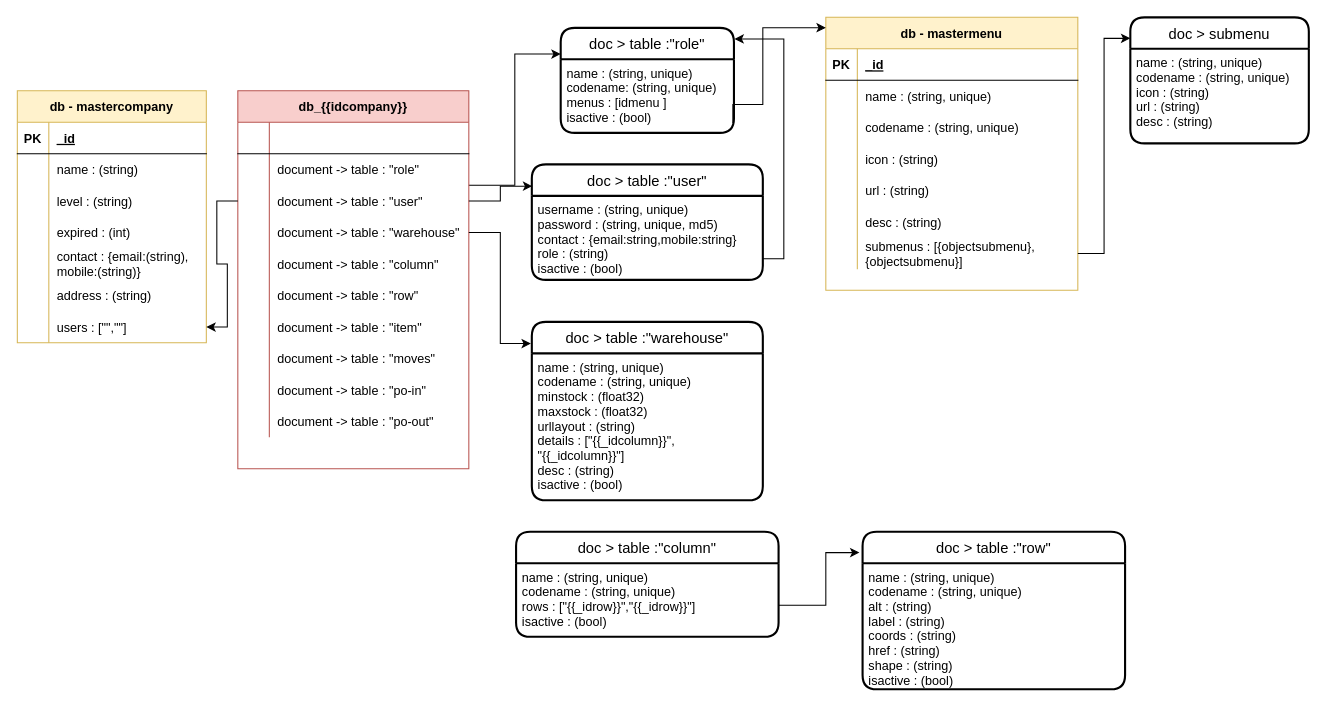
This is Untitled Diagram.drawio from salomo07/wmsserver, a draw.io file, before an edit. Source tidied: cells renumbered, new cells numbered last; positions are measured from the earlier drawing's top-left corner, leaving out a move shared by most shapes. Both pictures are drawn from the tidied source at 105%, with x=0, y=0 at pixel (17, 17).
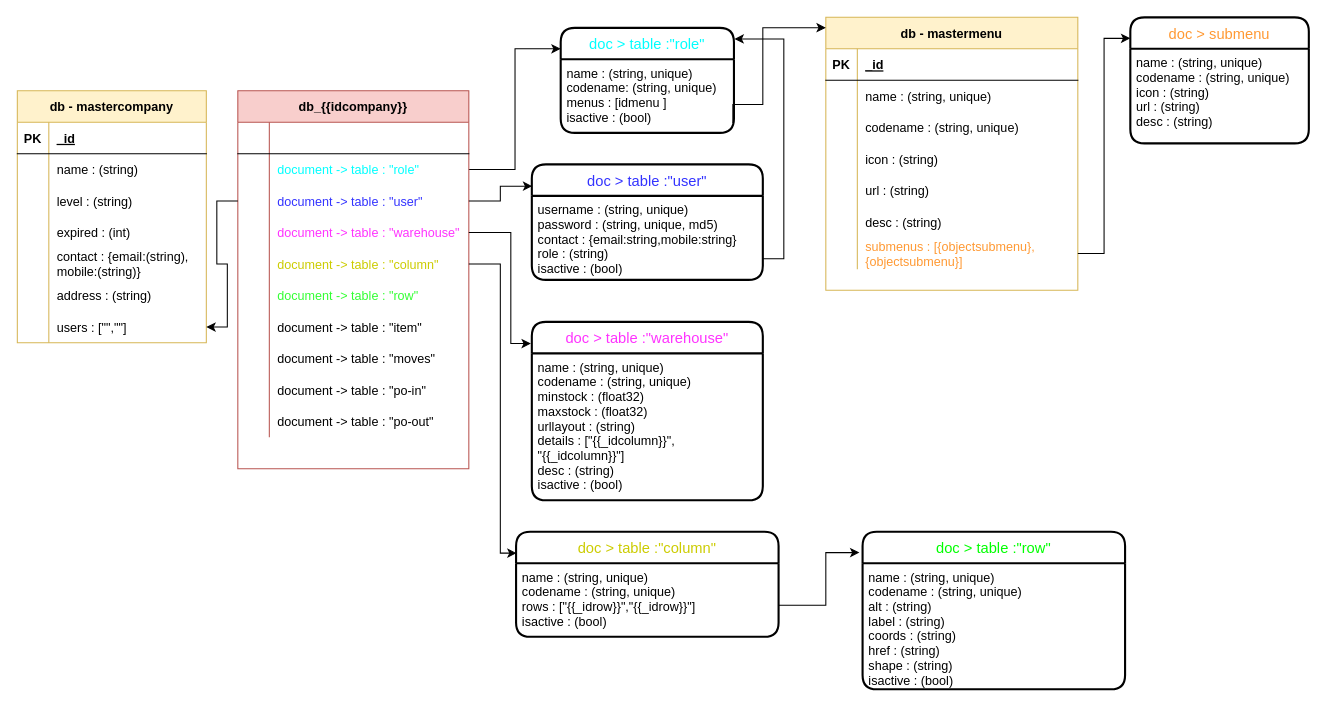
After the change.

Unchanged cells that the change refers to:
```xml
<mxCell id="25" value="db_{{idcompany}}" style="shape=table;startSize=30;childLayout=tableLayout;rowLines=0;fontStyle=1;align=center;fillColor=#f8cecc;strokeColor=#b85450;" parent="1" vertex="1">
  <mxGeometry x="210" y="70" width="220" height="360" as="geometry" />
</mxCell>
<mxCell id="29" style="shape=tableRow;horizontal=0;startSize=0;swimlaneHead=0;swimlaneBody=0;fillColor=none;points=[[0,0.5],[1,0.5]];portConstraint=eastwest;top=0;left=0;right=0;bottom=0;" parent="25" vertex="1">
  <mxGeometry y="60" width="220" height="30" as="geometry" />
</mxCell>
<mxCell id="32" style="shape=tableRow;horizontal=0;startSize=0;swimlaneHead=0;swimlaneBody=0;fillColor=none;points=[[0,0.5],[1,0.5]];portConstraint=eastwest;top=0;left=0;right=0;bottom=0;" parent="25" vertex="1">
  <mxGeometry y="90" width="220" height="30" as="geometry" />
</mxCell>
<mxCell id="35" style="shape=tableRow;horizontal=0;startSize=0;swimlaneHead=0;swimlaneBody=0;fillColor=none;points=[[0,0.5],[1,0.5]];portConstraint=eastwest;top=0;left=0;right=0;bottom=0;" parent="25" vertex="1">
  <mxGeometry y="120" width="220" height="30" as="geometry" />
</mxCell>
<mxCell id="38" style="shape=tableRow;horizontal=0;startSize=0;swimlaneHead=0;swimlaneBody=0;fillColor=none;points=[[0,0.5],[1,0.5]];portConstraint=eastwest;top=0;left=0;right=0;bottom=0;" parent="25" vertex="1">
  <mxGeometry y="150" width="220" height="30" as="geometry" />
</mxCell>
<mxCell id="41" style="shape=tableRow;horizontal=0;startSize=0;swimlaneHead=0;swimlaneBody=0;fillColor=none;top=0;left=0;right=0;bottom=0;" parent="25" vertex="1">
  <mxGeometry y="180" width="220" height="30" as="geometry" />
</mxCell>
<mxCell id="77" style="shape=tableRow;horizontal=0;startSize=0;swimlaneHead=0;swimlaneBody=0;fillColor=none;points=[[0,0.5],[1,0.5]];portConstraint=eastwest;top=0;left=0;right=0;bottom=0;" parent="58" vertex="1">
  <mxGeometry y="210" width="240" height="30" as="geometry" />
</mxCell>
```

Diff of the diagram source:
```diff
@@
-    <mxCell id="24" style="edgeStyle=orthogonalEdgeStyle;rounded=0;jettySize=auto;html=1;exitX=1;exitY=0.25;exitDx=0;exitDy=0;entryX=0;entryY=0.25;entryDx=0;entryDy=0;" parent="1" edge="1" source="25" target="80">
-      <mxGeometry relative="1" as="geometry" />
+    <mxCell id="24" style="edgeStyle=orthogonalEdgeStyle;rounded=0;jettySize=auto;html=1;exitX=1;exitY=0.5;exitDx=0;exitDy=0;" parent="1" edge="1" source="29" target="80">
+      <mxGeometry relative="1" as="geometry">
+        <Array as="points">
+          <mxPoint x="474" y="145" />
+          <mxPoint x="474" y="30" />
+        </Array>
+      </mxGeometry>
     </mxCell>
@@
-    <mxCell id="31" value="document -&gt; table : &quot;role&quot;" style="shape=partialRectangle;fillColor=none;top=0;left=0;bottom=0;right=0;align=left;spacingLeft=6;overflow=hidden;" parent="29" vertex="1">
+    <mxCell id="31" value="document -&gt; table : &quot;role&quot;" style="shape=partialRectangle;fillColor=none;top=0;left=0;bottom=0;right=0;align=left;spacingLeft=6;overflow=hidden;fontColor=#00FFFF;" parent="29" vertex="1">
       <mxGeometry x="30" width="190" height="30" as="geometry" />
     </mxCell>
@@
-    <mxCell id="34" value="document -&gt; table : &quot;user&quot;" style="shape=partialRectangle;fillColor=none;top=0;left=0;bottom=0;right=0;align=left;spacingLeft=6;overflow=hidden;" parent="32" vertex="1">
+    <mxCell id="34" value="document -&gt; table : &quot;user&quot;" style="shape=partialRectangle;fillColor=none;top=0;left=0;bottom=0;right=0;align=left;spacingLeft=6;overflow=hidden;strokeColor=#3333FF;fontColor=#3333FF;" parent="32" vertex="1">
       <mxGeometry x="30" width="190" height="30" as="geometry" />
     </mxCell>
@@
-    <mxCell id="37" value="document -&gt; table : &quot;warehouse&quot;" style="shape=partialRectangle;fillColor=none;top=0;left=0;bottom=0;right=0;align=left;spacingLeft=6;overflow=hidden;" parent="35" vertex="1">
+    <mxCell id="37" value="document -&gt; table : &quot;warehouse&quot;" style="shape=partialRectangle;fillColor=none;top=0;left=0;bottom=0;right=0;align=left;spacingLeft=6;overflow=hidden;fontColor=#FF33FF;" parent="35" vertex="1">
       <mxGeometry x="30" width="190" height="30" as="geometry" />
     </mxCell>
@@
-    <mxCell id="40" value="document -&gt; table : &quot;column&quot;" style="shape=partialRectangle;fillColor=none;top=0;left=0;bottom=0;right=0;align=left;spacingLeft=6;overflow=hidden;" parent="38" vertex="1">
+    <mxCell id="40" value="document -&gt; table : &quot;column&quot;" style="shape=partialRectangle;fillColor=none;top=0;left=0;bottom=0;right=0;align=left;spacingLeft=6;overflow=hidden;fontColor=#CCCC00;" parent="38" vertex="1">
       <mxGeometry x="30" width="190" height="30" as="geometry" />
     </mxCell>
@@
-    <mxCell id="43" value="document -&gt; table : &quot;row&quot;" style="shape=partialRectangle;fillColor=none;top=0;left=0;bottom=0;right=0;align=left;spacingLeft=6;overflow=hidden;" parent="41" vertex="1">
+    <mxCell id="43" value="document -&gt; table : &quot;row&quot;" style="shape=partialRectangle;fillColor=none;top=0;left=0;bottom=0;right=0;align=left;spacingLeft=6;overflow=hidden;fontColor=#33FF33;" parent="41" vertex="1">
       <mxGeometry x="30" width="190" height="30" as="geometry" />
     </mxCell>
@@
-    <mxCell id="56" value="doc &gt; table :&quot;user&quot;" style="swimlane;horizontal=1;startSize=30;rounded=1;fontSize=14;fontStyle=0;strokeWidth=2;shadow=0;dashed=0;align=center;" parent="1" vertex="1">
+    <mxCell id="56" value="doc &gt; table :&quot;user&quot;" style="swimlane;horizontal=1;startSize=30;rounded=1;fontSize=14;fontStyle=0;strokeWidth=2;shadow=0;dashed=0;align=center;fontColor=#3333FF;" parent="1" vertex="1">
       <mxGeometry x="490" y="140" width="220" height="110" as="geometry" />
     </mxCell>
@@
-    <mxCell id="79" value="submenus : [{objectsubmenu},&#10;{objectsubmenu}]" style="shape=partialRectangle;fillColor=none;top=0;left=0;bottom=0;right=0;align=left;spacingLeft=6;overflow=hidden;" parent="77" vertex="1">
+    <mxCell id="79" value="submenus : [{objectsubmenu},&#10;{objectsubmenu}]" style="shape=partialRectangle;fillColor=none;top=0;left=0;bottom=0;right=0;align=left;spacingLeft=6;overflow=hidden;fontColor=#FF9933;" parent="77" vertex="1">
       <mxGeometry x="30" width="210" height="30" as="geometry" />
     </mxCell>
-    <mxCell id="80" value="doc &gt; table :&quot;role&quot;" style="swimlane;horizontal=1;startSize=30;rounded=1;fontSize=14;fontStyle=0;strokeWidth=2;shadow=0;dashed=0;align=center;" parent="1" vertex="1">
+    <mxCell id="80" value="doc &gt; table :&quot;role&quot;" style="swimlane;horizontal=1;startSize=30;rounded=1;fontSize=14;fontStyle=0;strokeWidth=2;shadow=0;dashed=0;align=center;fontColor=#00FFFF;" parent="1" vertex="1">
       <mxGeometry x="517.5" y="10" width="165" height="100" as="geometry" />
     </mxCell>
@@
-    <mxCell id="85" value="doc &gt; submenu" style="swimlane;horizontal=1;startSize=30;rounded=1;fontSize=14;fontStyle=0;strokeWidth=2;shadow=0;dashed=0;align=center;" parent="1" vertex="1">
+    <mxCell id="85" value="doc &gt; submenu" style="swimlane;horizontal=1;startSize=30;rounded=1;fontSize=14;fontStyle=0;strokeWidth=2;shadow=0;dashed=0;align=center;fontColor=#FF9933;" parent="1" vertex="1">
       <mxGeometry x="1060" width="170" height="120" as="geometry" />
     </mxCell>
@@
-    <mxCell id="89" value="doc &gt; table :&quot;warehouse&quot;" style="swimlane;horizontal=1;startSize=30;rounded=1;fontSize=14;fontStyle=0;strokeWidth=2;shadow=0;dashed=0;align=center;" parent="1" vertex="1">
+    <mxCell id="89" value="doc &gt; table :&quot;warehouse&quot;" style="swimlane;horizontal=1;startSize=30;rounded=1;fontSize=14;fontStyle=0;strokeWidth=2;shadow=0;dashed=0;align=center;fontColor=#FF33FF;" parent="1" vertex="1">
       <mxGeometry x="490" y="290" width="220" height="170" as="geometry" />
     </mxCell>
@@
     <mxCell id="91" style="edgeStyle=orthogonalEdgeStyle;rounded=0;jettySize=auto;html=1;exitX=1;exitY=0.5;exitDx=0;exitDy=0;entryX=-0.004;entryY=0.122;entryDx=0;entryDy=0;entryPerimeter=0;" parent="1" edge="1" source="35" target="89">
-      <mxGeometry relative="1" as="geometry" />
+      <mxGeometry relative="1" as="geometry">
+        <Array as="points">
+          <mxPoint x="470" y="205" />
+          <mxPoint x="470" y="311" />
+        </Array>
+      </mxGeometry>
     </mxCell>
@@
-    <mxCell id="93" value="doc &gt; table :&quot;column&quot;" style="swimlane;horizontal=1;startSize=30;rounded=1;fontSize=14;fontStyle=0;strokeWidth=2;shadow=0;dashed=0;align=center;" parent="1" vertex="1">
+    <mxCell id="93" value="doc &gt; table :&quot;column&quot;" style="swimlane;horizontal=1;startSize=30;rounded=1;fontSize=14;fontStyle=0;strokeWidth=2;shadow=0;dashed=0;align=center;fontColor=#CCCC00;" parent="1" vertex="1">
       <mxGeometry x="475" y="490" width="250" height="100" as="geometry" />
     </mxCell>
-    <mxCell id="94" value="name : (string, unique)&#10;codename : (string, unique)&#10;rows : [&quot;{{_idrow}}&quot;,&quot;{{_idrow}}&quot;]&#10;isactive : (bool)" style="align=left;strokeColor=none;fillColor=none;spacingLeft=4;fontSize=12;verticalAlign=top;" parent="93" vertex="1">
+    <mxCell id="94" value="name : (string, unique)&#10;codename : (string, unique)&#10;rows : [&quot;{{_idrow}}&quot;,&quot;{{_idrow}}&quot;]&#10;isactive : (bool)" style="align=left;strokeColor=none;fillColor=none;spacingLeft=4;fontSize=12;verticalAlign=top;fontColor=#000000;" parent="93" vertex="1">
       <mxGeometry y="30" width="250" height="70" as="geometry" />
     </mxCell>
-    <mxCell id="95" value="doc &gt; table :&quot;row&quot;" style="swimlane;horizontal=1;startSize=30;rounded=1;fontSize=14;fontStyle=0;strokeWidth=2;shadow=0;dashed=0;align=center;" parent="1" vertex="1">
+    <mxCell id="95" value="doc &gt; table :&quot;row&quot;" style="swimlane;horizontal=1;startSize=30;rounded=1;fontSize=14;fontStyle=0;strokeWidth=2;shadow=0;dashed=0;align=center;fontColor=#00FF00;" parent="1" vertex="1">
       <mxGeometry x="805" y="490" width="250" height="150" as="geometry" />
     </mxCell>
@@
+    <mxCell id="97" style="edgeStyle=orthogonalEdgeStyle;rounded=0;jettySize=auto;html=1;entryX=0.002;entryY=0.203;entryDx=0;entryDy=0;entryPerimeter=0;" parent="1" edge="1" source="38" target="93">
+      <mxGeometry relative="1" as="geometry">
+        <Array as="points">
+          <mxPoint x="460" y="235" />
+          <mxPoint x="460" y="510" />
+        </Array>
+      </mxGeometry>
+    </mxCell>
```
